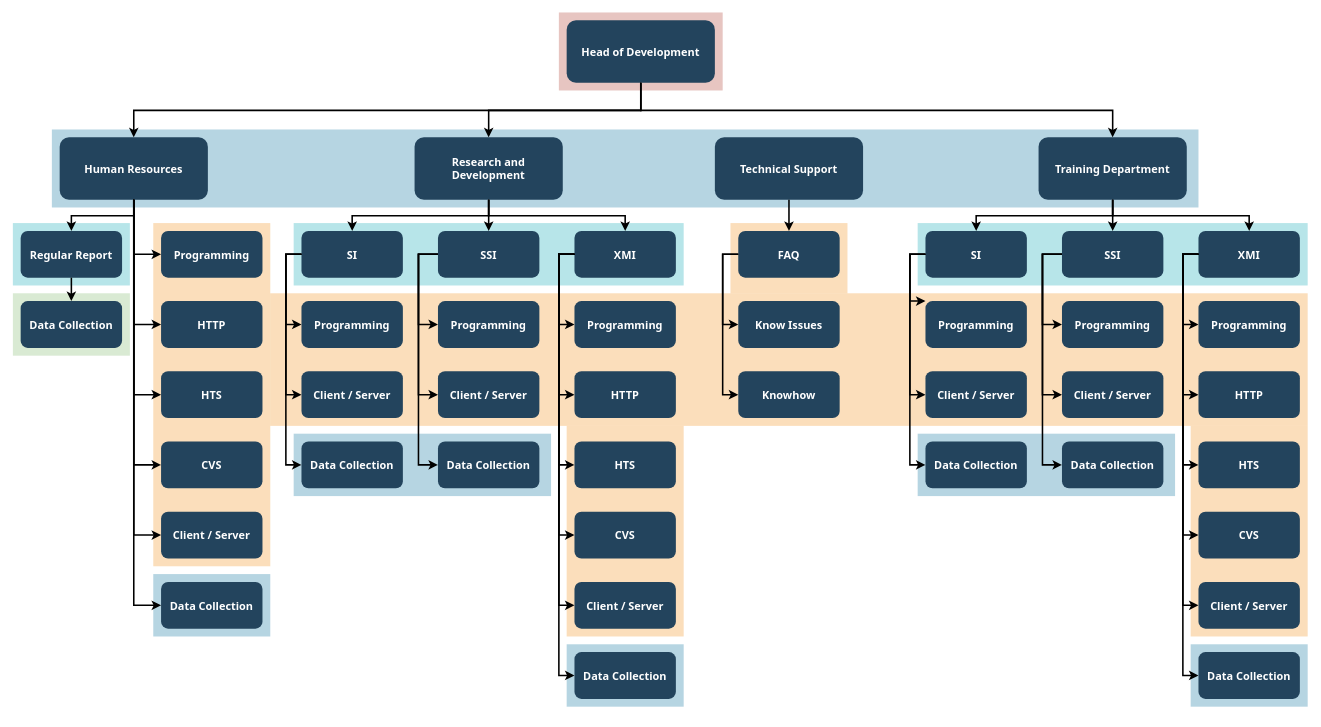
Before: department_structure.drawio in Newsteinwell/Drawio, a draw.io diagram. Source tidied: cells renumbered, new cells numbered last; positions are measured from the earlier drawing's top-left corner, leaving out a move shared by most shapes. Both pictures are drawn from the tidied source at 78%, with x=0, y=0 at pixel (12, 12).
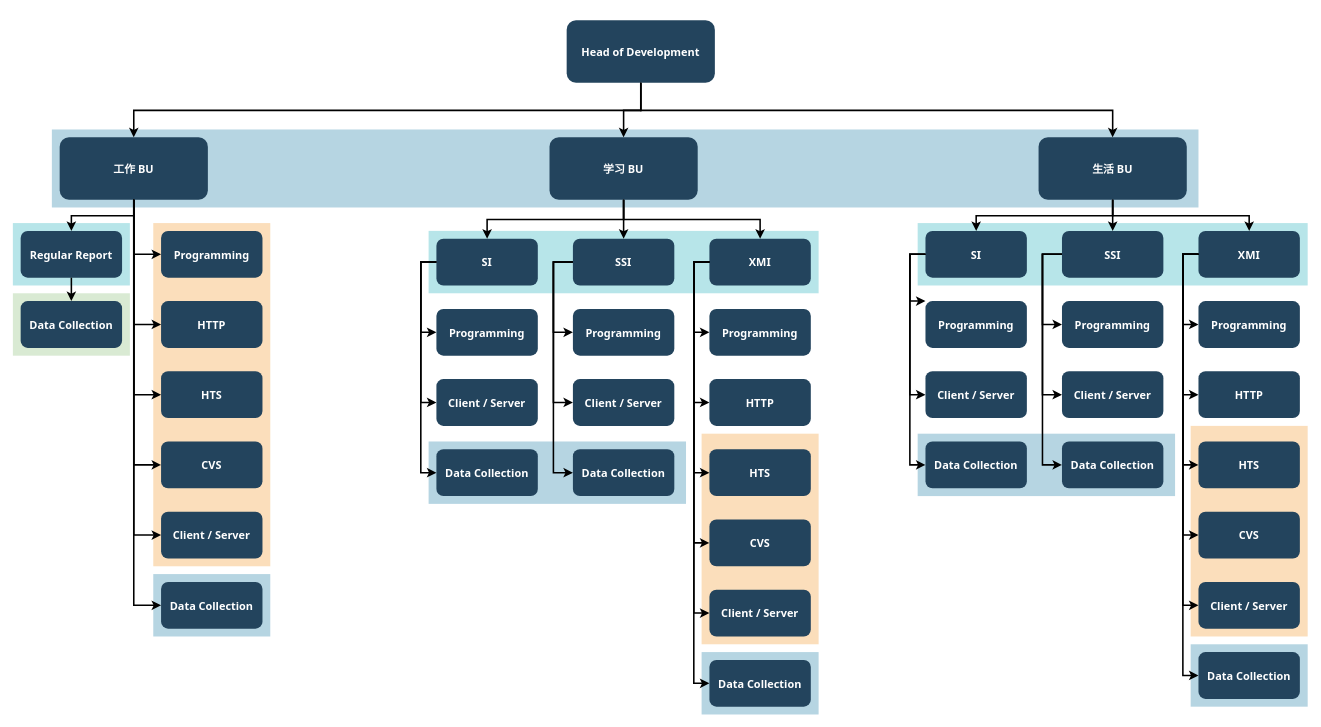
After the change.

Diff of the diagram source:
```diff
@@
-    <mxCell id="2" style="fillColor=#AE4132;strokeColor=none;opacity=30;" parent="1" vertex="1">
-      <mxGeometry x="700" y="-0.5" width="210" height="100" as="geometry" />
-    </mxCell>
@@
-    <mxCell id="5" style="fillColor=#F2931E;strokeColor=none;opacity=30;" parent="1" vertex="1">
-      <mxGeometry x="920" y="269.5" width="150" height="90" as="geometry" />
-    </mxCell>
     <mxCell id="6" style="fillColor=#F2931E;strokeColor=none;opacity=30;" parent="1" vertex="1">
-      <mxGeometry x="710" y="529.5" width="150" height="270" as="geometry" />
+      <mxGeometry x="883" y="539.5" width="150" height="270" as="geometry" />
     </mxCell>
@@
-    <mxCell id="8" style="fillColor=#F2931E;strokeColor=none;opacity=30;" parent="1" vertex="1">
-      <mxGeometry x="330" y="359.5" width="1330" height="170" as="geometry" />
-    </mxCell>
@@
     <mxCell id="11" style="fillColor=#10739E;strokeColor=none;opacity=30;" parent="1" vertex="1">
-      <mxGeometry x="710" y="809.5" width="150" height="80" as="geometry" />
+      <mxGeometry x="883" y="819.5" width="150" height="80" as="geometry" />
     </mxCell>
     <mxCell id="12" style="fillColor=#10739E;strokeColor=none;opacity=30;" parent="1" vertex="1">
-      <mxGeometry x="360" y="539.5" width="330" height="80" as="geometry" />
+      <mxGeometry x="533" y="549.5" width="330" height="80" as="geometry" />
     </mxCell>
@@
     <mxCell id="16" style="fillColor=#12AAB5;strokeColor=none;opacity=30;" parent="1" vertex="1">
-      <mxGeometry x="360" y="269.5" width="500" height="80" as="geometry" />
+      <mxGeometry x="533" y="279.5" width="500" height="80" as="geometry" />
     </mxCell>
@@
-    <mxCell id="19" value="Training Department" style="rounded=1;fillColor=#23445D;gradientColor=none;strokeColor=none;fontColor=#FFFFFF;fontStyle=1;fontFamily=Tahoma;fontSize=14;" parent="1" vertex="1">
+    <mxCell id="19" value="生活 BU" style="rounded=1;fillColor=#23445D;gradientColor=none;strokeColor=none;fontColor=#FFFFFF;fontStyle=1;fontFamily=Tahoma;fontSize=14;" parent="1" vertex="1">
       <mxGeometry x="1315" y="159.5" width="190" height="80" as="geometry" />
     </mxCell>
@@
-    <mxCell id="21" value="Technical Support" style="rounded=1;fillColor=#23445D;gradientColor=none;strokeColor=none;fontColor=#FFFFFF;fontStyle=1;fontFamily=Tahoma;fontSize=14;" parent="1" vertex="1">
-      <mxGeometry x="900" y="159.5" width="190" height="80" as="geometry" />
-    </mxCell>
-    <mxCell id="22" value="Research and &#10;Development" style="rounded=1;fillColor=#23445D;gradientColor=none;strokeColor=none;fontColor=#FFFFFF;fontStyle=1;fontFamily=Tahoma;fontSize=14;" parent="1" vertex="1">
-      <mxGeometry x="515" y="159.5" width="190" height="80" as="geometry" />
+    <mxCell id="22" value="学习 BU" style="rounded=1;fillColor=#23445D;gradientColor=none;strokeColor=none;fontColor=#FFFFFF;fontStyle=1;fontFamily=Tahoma;fontSize=14;" parent="1" vertex="1">
+      <mxGeometry x="688" y="159.5" width="190" height="80" as="geometry" />
     </mxCell>
-    <mxCell id="23" value="Human Resources" style="rounded=1;fillColor=#23445D;gradientColor=none;strokeColor=none;fontColor=#FFFFFF;fontStyle=1;fontFamily=Tahoma;fontSize=14;" parent="1" vertex="1">
+    <mxCell id="23" value="工作 BU" style="rounded=1;fillColor=#23445D;gradientColor=none;strokeColor=none;fontColor=#FFFFFF;fontStyle=1;fontFamily=Tahoma;fontSize=14;" parent="1" vertex="1">
       <mxGeometry x="60" y="159.5" width="190" height="80" as="geometry" />
     </mxCell>
@@
     <mxCell id="32" value="SI" style="rounded=1;fillColor=#23445D;gradientColor=none;strokeColor=none;fontColor=#FFFFFF;fontStyle=1;fontFamily=Tahoma;fontSize=14;" parent="1" vertex="1">
-      <mxGeometry x="370" y="279.5" width="130" height="60" as="geometry" />
+      <mxGeometry x="543" y="289.5" width="130" height="60" as="geometry" />
     </mxCell>
     <mxCell id="33" value="Programming" style="rounded=1;fillColor=#23445D;gradientColor=none;strokeColor=none;fontColor=#FFFFFF;fontStyle=1;fontFamily=Tahoma;fontSize=14;" parent="1" vertex="1">
-      <mxGeometry x="370" y="369.5" width="130" height="60" as="geometry" />
+      <mxGeometry x="543" y="379.5" width="130" height="60" as="geometry" />
     </mxCell>
     <mxCell id="34" value="Client / Server" style="rounded=1;fillColor=#23445D;gradientColor=none;strokeColor=none;fontColor=#FFFFFF;fontStyle=1;fontFamily=Tahoma;fontSize=14;" parent="1" vertex="1">
-      <mxGeometry x="370" y="459.5" width="130" height="60" as="geometry" />
+      <mxGeometry x="543" y="469.5" width="130" height="60" as="geometry" />
     </mxCell>
     <mxCell id="35" value="Data Collection" style="rounded=1;fillColor=#23445D;gradientColor=none;strokeColor=none;fontColor=#FFFFFF;fontStyle=1;fontFamily=Tahoma;fontSize=14;" parent="1" vertex="1">
-      <mxGeometry x="370" y="549.5" width="130" height="60" as="geometry" />
+      <mxGeometry x="543" y="559.5" width="130" height="60" as="geometry" />
     </mxCell>
     <mxCell id="36" value="SSI" style="rounded=1;fillColor=#23445D;gradientColor=none;strokeColor=none;fontColor=#FFFFFF;fontStyle=1;fontFamily=Tahoma;fontSize=14;" parent="1" vertex="1">
-      <mxGeometry x="545" y="279.5" width="130" height="60" as="geometry" />
+      <mxGeometry x="718" y="289.5" width="130" height="60" as="geometry" />
     </mxCell>
     <mxCell id="37" value="Programming" style="rounded=1;fillColor=#23445D;gradientColor=none;strokeColor=none;fontColor=#FFFFFF;fontStyle=1;fontFamily=Tahoma;fontSize=14;" parent="1" vertex="1">
-      <mxGeometry x="545" y="369.5" width="130" height="60" as="geometry" />
+      <mxGeometry x="718" y="379.5" width="130" height="60" as="geometry" />
     </mxCell>
     <mxCell id="38" value="Client / Server" style="rounded=1;fillColor=#23445D;gradientColor=none;strokeColor=none;fontColor=#FFFFFF;fontStyle=1;fontFamily=Tahoma;fontSize=14;" parent="1" vertex="1">
-      <mxGeometry x="545" y="459.5" width="130" height="60" as="geometry" />
+      <mxGeometry x="718" y="469.5" width="130" height="60" as="geometry" />
     </mxCell>
     <mxCell id="39" value="Data Collection" style="rounded=1;fillColor=#23445D;gradientColor=none;strokeColor=none;fontColor=#FFFFFF;fontStyle=1;fontFamily=Tahoma;fontSize=14;" parent="1" vertex="1">
-      <mxGeometry x="545" y="549.5" width="130" height="60" as="geometry" />
+      <mxGeometry x="718" y="559.5" width="130" height="60" as="geometry" />
     </mxCell>
     <mxCell id="40" value="XMI" style="rounded=1;fillColor=#23445D;gradientColor=none;strokeColor=none;fontColor=#FFFFFF;fontStyle=1;fontFamily=Tahoma;fontSize=14;" parent="1" vertex="1">
-      <mxGeometry x="720" y="279.5" width="130" height="60" as="geometry" />
+      <mxGeometry x="893" y="289.5" width="130" height="60" as="geometry" />
     </mxCell>
     <mxCell id="41" value="Programming" style="rounded=1;fillColor=#23445D;gradientColor=none;strokeColor=none;fontColor=#FFFFFF;fontStyle=1;fontFamily=Tahoma;fontSize=14;" parent="1" vertex="1">
-      <mxGeometry x="720" y="369.5" width="130" height="60" as="geometry" />
+      <mxGeometry x="893" y="379.5" width="130" height="60" as="geometry" />
     </mxCell>
     <mxCell id="42" value="HTTP" style="rounded=1;fillColor=#23445D;gradientColor=none;strokeColor=none;fontColor=#FFFFFF;fontStyle=1;fontFamily=Tahoma;fontSize=14;" parent="1" vertex="1">
-      <mxGeometry x="720" y="459.5" width="130" height="60" as="geometry" />
+      <mxGeometry x="893" y="469.5" width="130" height="60" as="geometry" />
     </mxCell>
     <mxCell id="43" value="HTS" style="rounded=1;fillColor=#23445D;gradientColor=none;strokeColor=none;fontColor=#FFFFFF;fontStyle=1;fontFamily=Tahoma;fontSize=14;" parent="1" vertex="1">
-      <mxGeometry x="720" y="549.5" width="130" height="60" as="geometry" />
+      <mxGeometry x="893" y="559.5" width="130" height="60" as="geometry" />
     </mxCell>
     <mxCell id="44" value="CVS" style="rounded=1;fillColor=#23445D;gradientColor=none;strokeColor=none;fontColor=#FFFFFF;fontStyle=1;fontFamily=Tahoma;fontSize=14;" parent="1" vertex="1">
-      <mxGeometry x="720" y="639.5" width="130" height="60" as="geometry" />
+      <mxGeometry x="893" y="649.5" width="130" height="60" as="geometry" />
     </mxCell>
     <mxCell id="45" value="Client / Server" style="rounded=1;fillColor=#23445D;gradientColor=none;strokeColor=none;fontColor=#FFFFFF;fontStyle=1;fontFamily=Tahoma;fontSize=14;" parent="1" vertex="1">
-      <mxGeometry x="720" y="729.5" width="130" height="60" as="geometry" />
+      <mxGeometry x="893" y="739.5" width="130" height="60" as="geometry" />
     </mxCell>
     <mxCell id="46" value="Data Collection" style="rounded=1;fillColor=#23445D;gradientColor=none;strokeColor=none;fontColor=#FFFFFF;fontStyle=1;fontFamily=Tahoma;fontSize=14;" parent="1" vertex="1">
-      <mxGeometry x="720" y="819.5" width="130" height="60" as="geometry" />
+      <mxGeometry x="893" y="829.5" width="130" height="60" as="geometry" />
     </mxCell>
-    <mxCell id="47" value="FAQ" style="rounded=1;fillColor=#23445D;gradientColor=none;strokeColor=none;fontColor=#FFFFFF;fontStyle=1;fontFamily=Tahoma;fontSize=14;" parent="1" vertex="1">
-      <mxGeometry x="930" y="279.5" width="130" height="60" as="geometry" />
-    </mxCell>
-    <mxCell id="48" value="Know Issues" style="rounded=1;fillColor=#23445D;gradientColor=none;strokeColor=none;fontColor=#FFFFFF;fontStyle=1;fontFamily=Tahoma;fontSize=14;" parent="1" vertex="1">
-      <mxGeometry x="930" y="369.5" width="130" height="60" as="geometry" />
-    </mxCell>
-    <mxCell id="49" value="Knowhow" style="rounded=1;fillColor=#23445D;gradientColor=none;strokeColor=none;fontColor=#FFFFFF;fontStyle=1;fontFamily=Tahoma;fontSize=14;" parent="1" vertex="1">
-      <mxGeometry x="930" y="459.5" width="130" height="60" as="geometry" />
-    </mxCell>
@@
     <mxCell id="74" style="edgeStyle=elbowEdgeStyle;elbow=horizontal;strokeWidth=2;rounded=0;" parent="1" edge="1" source="32" target="33">
-      <mxGeometry x="-23" y="135.5" as="geometry">
+      <mxGeometry x="150" y="145.5" as="geometry">
         <Array as="points">
-          <mxPoint x="350" y="359.5" />
+          <mxPoint x="523" y="369.5" />
         </Array>
       </mxGeometry>
     </mxCell>
     <mxCell id="75" style="edgeStyle=elbowEdgeStyle;elbow=horizontal;strokeWidth=2;rounded=0;" parent="1" edge="1" source="32" target="34">
-      <mxGeometry x="-23" y="135.5" as="geometry">
+      <mxGeometry x="150" y="145.5" as="geometry">
         <Array as="points">
-          <mxPoint x="350" y="399.5" />
+          <mxPoint x="523" y="409.5" />
         </Array>
       </mxGeometry>
     </mxCell>
     <mxCell id="76" style="edgeStyle=elbowEdgeStyle;elbow=horizontal;strokeWidth=2;rounded=0;" parent="1" edge="1" source="32" target="35">
-      <mxGeometry x="-23" y="135.5" as="geometry">
+      <mxGeometry x="150" y="145.5" as="geometry">
         <Array as="points">
-          <mxPoint x="350" y="439.5" />
+          <mxPoint x="523" y="449.5" />
         </Array>
       </mxGeometry>
     </mxCell>
     <mxCell id="77" style="edgeStyle=elbowEdgeStyle;elbow=horizontal;strokeWidth=2;rounded=0;" parent="1" edge="1" source="36" target="37">
-      <mxGeometry x="-23" y="135.5" as="geometry">
+      <mxGeometry x="150" y="145.5" as="geometry">
         <Array as="points">
-          <mxPoint x="520" y="359.5" />
+          <mxPoint x="693" y="369.5" />
         </Array>
       </mxGeometry>
     </mxCell>
     <mxCell id="78" style="edgeStyle=elbowEdgeStyle;elbow=horizontal;strokeWidth=2;rounded=0;" parent="1" edge="1" source="36" target="38">
-      <mxGeometry x="-23" y="135.5" as="geometry">
+      <mxGeometry x="150" y="145.5" as="geometry">
         <Array as="points">
-          <mxPoint x="520" y="399.5" />
+          <mxPoint x="693" y="409.5" />
         </Array>
       </mxGeometry>
     </mxCell>
     <mxCell id="79" style="edgeStyle=elbowEdgeStyle;elbow=horizontal;strokeWidth=2;rounded=0;" parent="1" edge="1" source="36" target="39">
-      <mxGeometry x="-23" y="135.5" as="geometry">
+      <mxGeometry x="150" y="145.5" as="geometry">
         <Array as="points">
-          <mxPoint x="520" y="439.5" />
+          <mxPoint x="693" y="449.5" />
         </Array>
       </mxGeometry>
     </mxCell>
     <mxCell id="80" style="edgeStyle=elbowEdgeStyle;elbow=horizontal;strokeWidth=2;rounded=0;" parent="1" edge="1" source="40" target="41">
-      <mxGeometry x="-23" y="135.5" as="geometry">
+      <mxGeometry x="150" y="145.5" as="geometry">
         <Array as="points">
-          <mxPoint x="700" y="359.5" />
+          <mxPoint x="873" y="369.5" />
         </Array>
       </mxGeometry>
     </mxCell>
     <mxCell id="81" style="edgeStyle=elbowEdgeStyle;elbow=horizontal;strokeWidth=2;rounded=0;" parent="1" edge="1" source="40" target="42">
-      <mxGeometry x="-23" y="135.5" as="geometry">
+      <mxGeometry x="150" y="145.5" as="geometry">
         <Array as="points">
-          <mxPoint x="700" y="399.5" />
+          <mxPoint x="873" y="409.5" />
         </Array>
       </mxGeometry>
     </mxCell>
     <mxCell id="82" style="edgeStyle=elbowEdgeStyle;elbow=horizontal;strokeWidth=2;rounded=0;" parent="1" edge="1" source="40" target="43">
-      <mxGeometry x="-23" y="135.5" as="geometry">
+      <mxGeometry x="150" y="145.5" as="geometry">
         <Array as="points">
-          <mxPoint x="700" y="449.5" />
+          <mxPoint x="873" y="459.5" />
         </Array>
       </mxGeometry>
     </mxCell>
     <mxCell id="83" style="edgeStyle=elbowEdgeStyle;elbow=horizontal;strokeWidth=2;rounded=0;" parent="1" edge="1" source="40" target="44">
-      <mxGeometry x="-23" y="135.5" as="geometry">
+      <mxGeometry x="150" y="145.5" as="geometry">
         <Array as="points">
-          <mxPoint x="700" y="489.5" />
+          <mxPoint x="873" y="499.5" />
         </Array>
       </mxGeometry>
     </mxCell>
     <mxCell id="84" style="edgeStyle=elbowEdgeStyle;elbow=horizontal;strokeWidth=2;rounded=0;" parent="1" edge="1" source="40" target="45">
-      <mxGeometry x="-23" y="135.5" as="geometry">
+      <mxGeometry x="150" y="145.5" as="geometry">
         <Array as="points">
-          <mxPoint x="700" y="529.5" />
+          <mxPoint x="873" y="539.5" />
         </Array>
       </mxGeometry>
     </mxCell>
     <mxCell id="85" style="edgeStyle=elbowEdgeStyle;elbow=horizontal;strokeWidth=2;rounded=0;" parent="1" edge="1" source="40" target="46">
-      <mxGeometry x="-23" y="135.5" as="geometry">
+      <mxGeometry x="150" y="145.5" as="geometry">
         <Array as="points">
-          <mxPoint x="700" y="579.5" />
+          <mxPoint x="873" y="589.5" />
         </Array>
       </mxGeometry>
     </mxCell>
-    <mxCell id="86" style="edgeStyle=elbowEdgeStyle;elbow=horizontal;strokeWidth=2;rounded=0;" parent="1" edge="1" source="47" target="48">
-      <mxGeometry x="-23" y="135.5" as="geometry">
-        <Array as="points">
-          <mxPoint x="910" y="359.5" />
-        </Array>
-      </mxGeometry>
-    </mxCell>
-    <mxCell id="87" style="edgeStyle=elbowEdgeStyle;elbow=horizontal;strokeWidth=2;rounded=0;" parent="1" edge="1" source="47" target="49">
-      <mxGeometry x="-23" y="135.5" as="geometry">
-        <Array as="points">
-          <mxPoint x="910" y="409.5" />
-        </Array>
-      </mxGeometry>
-    </mxCell>
@@
-    <mxCell id="103" style="edgeStyle=elbowEdgeStyle;elbow=vertical;strokeWidth=2;rounded=0;" parent="1" edge="1" source="21" target="47">
-      <mxGeometry x="-23" y="135.5" as="geometry" />
-    </mxCell>
```
